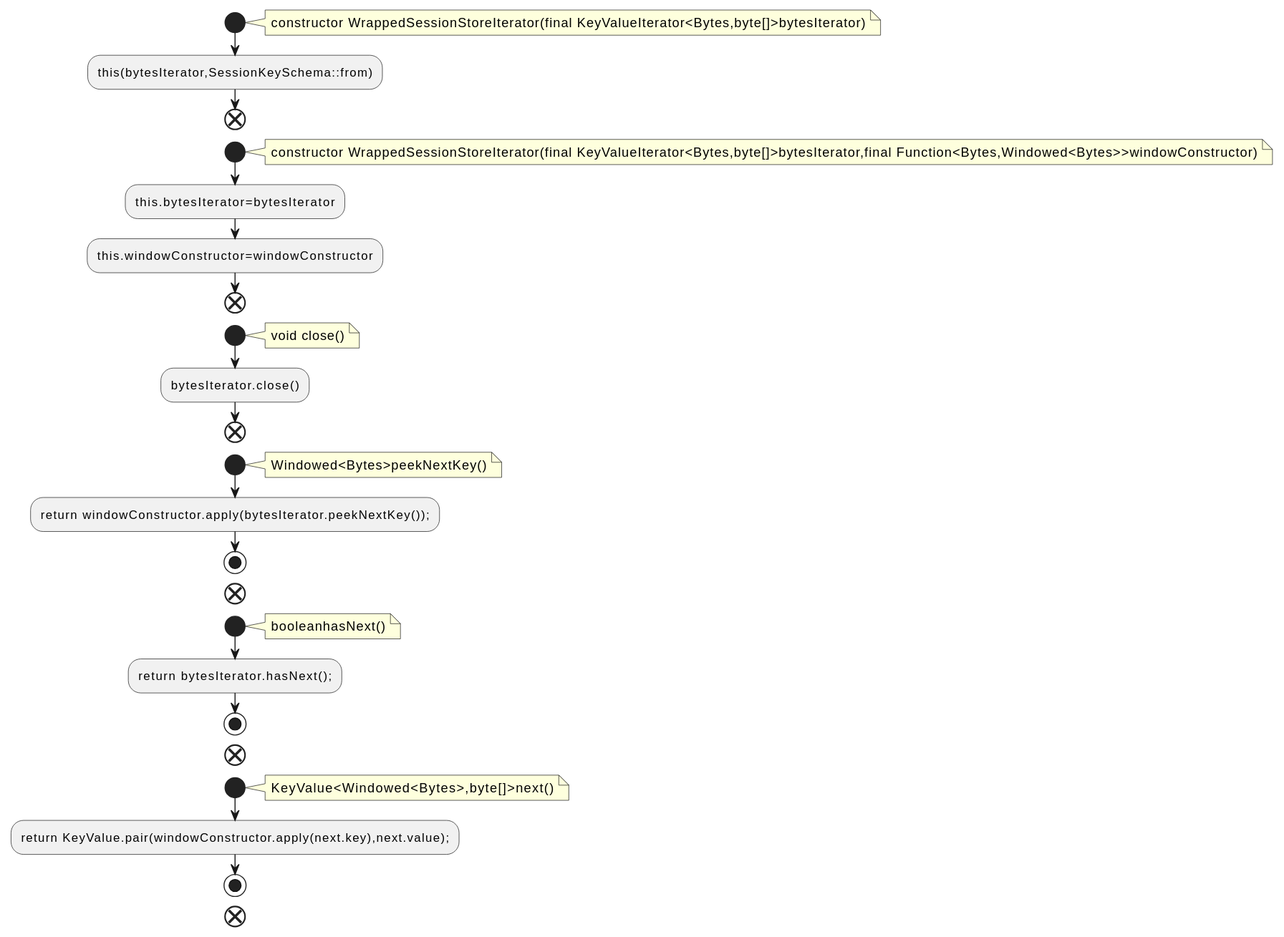
This is docs/qc/streams/src/main/java/org/apache/kafka/streams/state/internals/WrappedSessionStoreIterator.java.fct.svg from qualitesys/kafka, a PlantUML export, as it was before one commit. The source it was exported from:
```plantuml
@startuml
!pragma layout smetana
start
note right
constructor WrappedSessionStoreIterator(final KeyValueIterator<Bytes,byte[]>bytesIterator)
end note
:this(bytesIterator,SessionKeySchema::from);
end
start
note right
constructor WrappedSessionStoreIterator(final KeyValueIterator<Bytes,byte[]>bytesIterator,final Function<Bytes,Windowed<Bytes>>windowConstructor)
end note
:this.bytesIterator=bytesIterator;
:this.windowConstructor=windowConstructor;
end
start
note right
void close()
end note
:bytesIterator.close();
end
start
note right
Windowed<Bytes>peekNextKey()
end note
:return windowConstructor.apply(bytesIterator.peekNextKey());;
stop
end
start
note right
booleanhasNext()
end note
:return bytesIterator.hasNext();;
stop
end
start
note right
KeyValue<Windowed<Bytes>,byte[]>next()
end note
:return KeyValue.pair(windowConstructor.apply(next.key),next.value);;
stop
end
@enduml
```
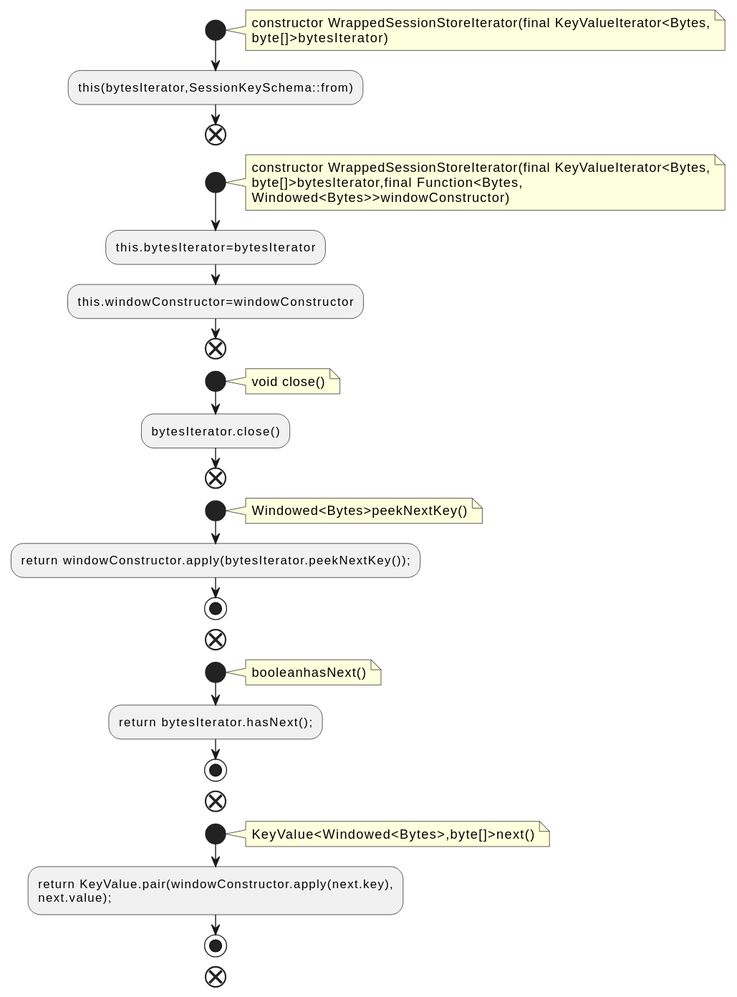
The same file after the commit.

Diff of the diagram source:
```diff
@@ -2,13 +2,16 @@
 !pragma layout smetana
 start
 note right
-constructor WrappedSessionStoreIterator(final KeyValueIterator<Bytes,byte[]>bytesIterator)
+constructor WrappedSessionStoreIterator(final KeyValueIterator<Bytes,
+byte[]>bytesIterator)
 end note
 :this(bytesIterator,SessionKeySchema::from);
 end
 start
 note right
-constructor WrappedSessionStoreIterator(final KeyValueIterator<Bytes,byte[]>bytesIterator,final Function<Bytes,Windowed<Bytes>>windowConstructor)
+constructor WrappedSessionStoreIterator(final KeyValueIterator<Bytes,
+byte[]>bytesIterator,final Function<Bytes,
+Windowed<Bytes>>windowConstructor)
 end note
 :this.bytesIterator=bytesIterator;
 :this.windowConstructor=windowConstructor;
@@ -37,7 +40,8 @@
 note right
 KeyValue<Windowed<Bytes>,byte[]>next()
 end note
-:return KeyValue.pair(windowConstructor.apply(next.key),next.value);;
+:return KeyValue.pair(windowConstructor.apply(next.key),
+next.value);;
 stop
 end
 @enduml
```
